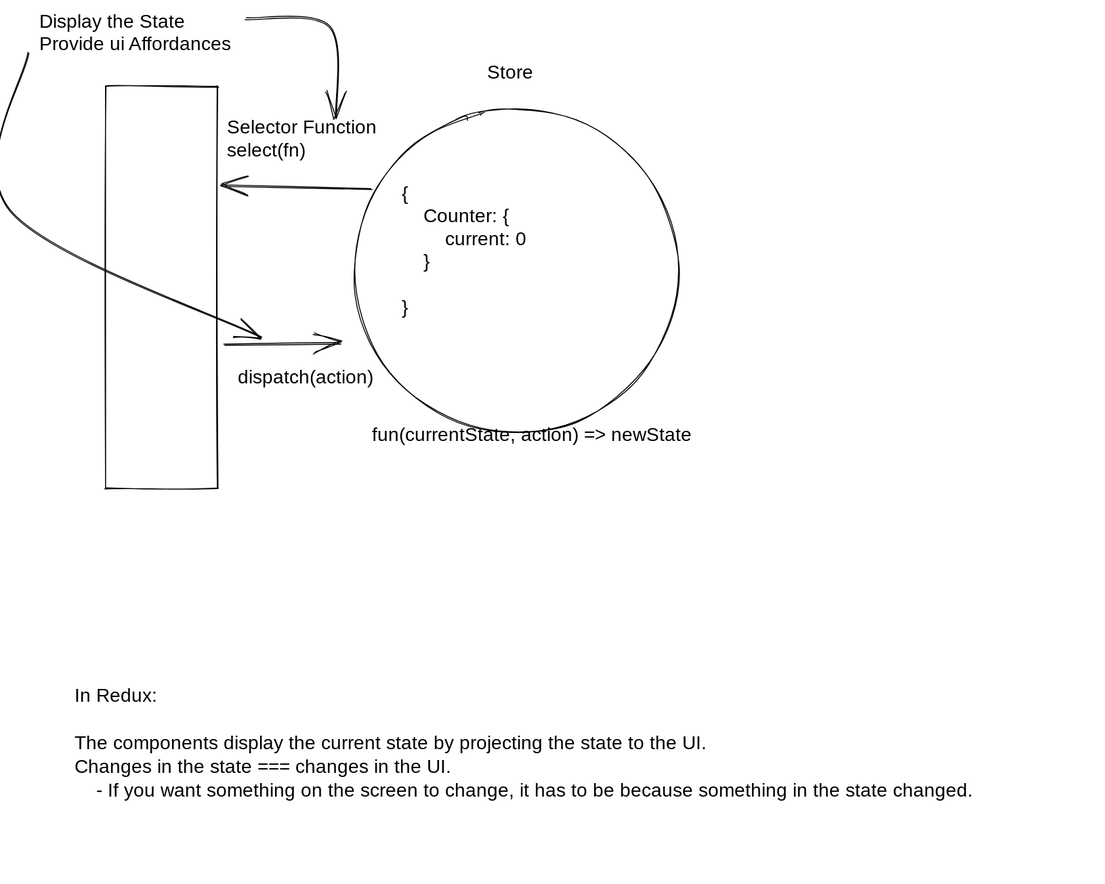
The Excalidraw diagram CLASS_NOTES/redux.excalidraw.svg in hypertheory-angular/asm-sept-2022, before a commit. Source tidied: one line per element, renumbered; positions are measured from the earlier drawing's top-left corner, leaving out a move shared by most shapes.
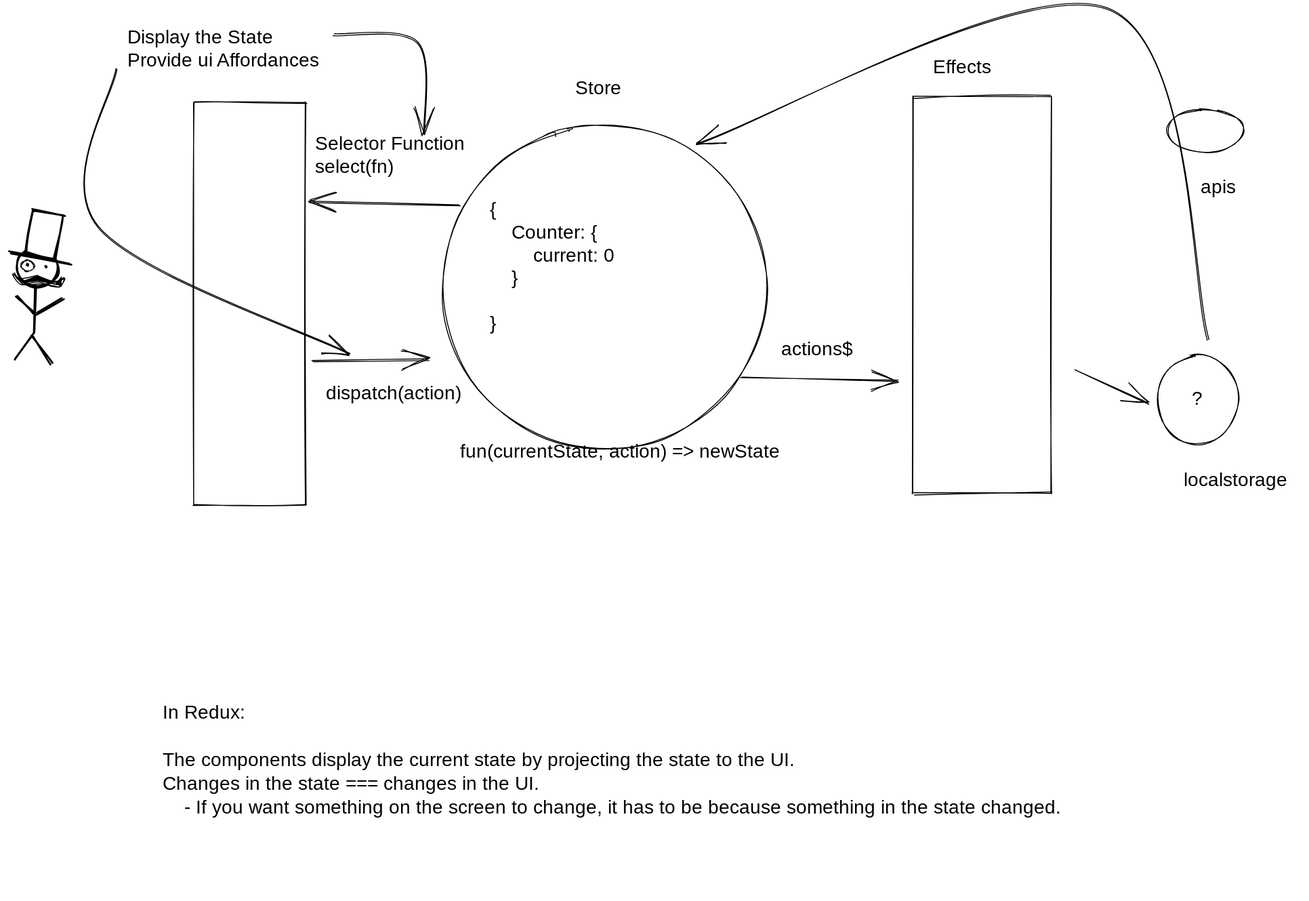
Above is the later version.

Change to the diagram source:
```diff
@@ -11,3 +11,26 @@
 {"id": 10, "type": "text", "text": "dispatch(action)", "strokeColor": "#000000", "strokeWidth": 1, "roughness": 1, "fontSize": 20, "fontFamily": 3, "x": 240, "y": 375, "width": 189, "height": 24}
 {"id": 11, "type": "text", "text": "fun(currentState, action) => newState", "strokeColor": "#000000", "strokeWidth": 1, "roughness": 1, "fontSize": 20, "fontFamily": 3, "x": 382, "y": 436, "width": 435, "height": 24}
 {"id": 12, "type": "text", "text": "In Redux:\n\nThe components display the current state by projecting the state to the UI.\nChanges in the state === changes in the UI.\n    - If you want something on the screen to change, it has to be because something in the state changed.\n\n\n", "strokeColor": "#000000", "strokeWidth": 1, "roughness": 1, "fontSize": 20, "fontFamily": 1, "x": 68, "y": 712, "width": 1077, "height": 200}
+{"id": 13, "type": "rectangle", "strokeColor": "#000000", "strokeWidth": 1, "roughness": 1, "x": 859, "y": 75, "width": 146, "height": 418}
+{"id": 14, "type": "arrow", "strokeColor": "#000000", "angle": 0.05, "strokeWidth": 1, "roughness": 1, "endArrowhead": "arrow", "from": 0, "to": 13, "x": 679, "y": 374, "width": 164, "height": 4, "points": [[0, 0], [164, -4]]}
+{"id": 15, "type": "text", "text": "actions$", "strokeColor": "#000000", "strokeWidth": 1, "roughness": 1, "fontSize": 20, "fontFamily": 1, "x": 721, "y": 329, "width": 87, "height": 25}
+{"id": 16, "type": "text", "text": "Effects", "strokeColor": "#000000", "strokeWidth": 1, "roughness": 1, "fontSize": 20, "fontFamily": 1, "x": 881, "y": 32, "width": 77, "height": 25}
+{"id": 17, "type": "ellipse", "strokeColor": "#000000", "strokeWidth": 1, "roughness": 1, "x": 1117, "y": 347, "width": 85, "height": 94}
+{"id": 18, "type": "text", "text": "?", "strokeColor": "#000000", "strokeWidth": 1, "roughness": 1, "fontSize": 20, "fontFamily": 1, "textAlign": "center", "verticalAlign": "middle", "inside": 17, "x": 1122, "y": 382, "width": 75, "height": 25}
+{"id": 19, "type": "arrow", "strokeColor": "#000000", "strokeWidth": 1, "roughness": 1, "endArrowhead": "arrow", "from": 13, "to": 17, "x": 1030, "y": 362, "width": 78, "height": 36, "points": [[0, 0], [78, 36]]}
+{"id": 20, "type": "ellipse", "strokeColor": "#000000", "strokeWidth": 2, "roughness": 1, "x": -86, "y": 235, "width": 44, "height": 41}
+{"id": 21, "type": "line", "strokeColor": "#000000", "backgroundColor": "#ced4da", "fillStyle": "solid", "strokeWidth": 2, "roughness": 1, "x": -65, "y": 275, "width": 2, "height": 49, "points": [[0, 0], [-2, 49]]}
+{"id": 22, "type": "line", "strokeColor": "#000000", "backgroundColor": "#ced4da", "fillStyle": "solid", "strokeWidth": 2, "roughness": 1, "x": -68, "y": 326, "width": 20, "height": 30, "points": [[0, 0], [20, 30]]}
+{"id": 23, "type": "line", "strokeColor": "#000000", "backgroundColor": "#ced4da", "fillStyle": "solid", "strokeWidth": 2, "roughness": 1, "x": -69, "y": 325, "width": 19, "height": 26, "points": [[0, 0], [-19, 26]]}
+{"id": 24, "type": "line", "strokeColor": "#000000", "backgroundColor": "#ced4da", "fillStyle": "solid", "strokeWidth": 2, "roughness": 1, "x": -85, "y": 285, "width": 19, "height": 18, "points": [[0, 0], [19, 18]]}
+{"id": 25, "type": "line", "strokeColor": "#000000", "backgroundColor": "#ced4da", "fillStyle": "solid", "strokeWidth": 2, "roughness": 1, "x": -64, "y": 303, "width": 27, "height": 15, "points": [[0, 0], [27, -15]]}
+{"id": 26, "type": "line", "strokeColor": "#000000", "strokeWidth": 2, "roughness": 1, "x": -93, "y": 239, "width": 63, "height": 13, "points": [[0, 0], [63, 13]]}
+{"id": 27, "type": "rectangle", "strokeColor": "#000000", "angle": 0.19, "backgroundColor": "#fff", "fillStyle": "solid", "strokeWidth": 2, "roughness": 1, "x": -73, "y": 197, "width": 33, "height": 46}
+{"id": 28, "type": "line", "strokeColor": "#000000", "backgroundColor": "#000", "fillStyle": "solid", "strokeWidth": 1, "roughness": 1, "x": -63, "y": 264, "width": 53, "height": 12, "points": [[0, 0], [16, 6], [22, 5], [27, 2], [24, 10], [16, 11], [0, 7], [-16, 9], [-26, -2], [-16, 4], [0, 0]]}
+{"id": 29, "type": "ellipse", "strokeColor": "#000000", "strokeWidth": 1, "roughness": 1, "x": -81, "y": 247, "width": 14, "height": 12}
+{"id": 30, "type": "ellipse", "strokeColor": "#000000", "strokeWidth": 1, "roughness": 1, "x": -74, "y": 252, "width": 1, "height": 1}
+{"id": 31, "type": "ellipse", "strokeColor": "#000000", "strokeWidth": 1, "roughness": 1, "x": -54, "y": 253, "width": 1, "height": 1}
+{"id": 32, "type": "text", "text": "localstorage", "strokeColor": "#000000", "strokeWidth": 1, "roughness": 1, "fontSize": 20, "fontFamily": 1, "x": 1145, "y": 468, "width": 122, "height": 25}
+{"id": 33, "type": "ellipse", "strokeColor": "#000000", "strokeWidth": 1, "roughness": 1, "x": 1128, "y": 88, "width": 80, "height": 45}
+{"id": 34, "type": "text", "text": "apis", "strokeColor": "#000000", "strokeWidth": 1, "roughness": 1, "fontSize": 20, "fontFamily": 1, "x": 1163, "y": 158, "width": 39, "height": 25}
+{"id": 35, "type": "arrow", "strokeColor": "#000000", "strokeWidth": 1, "roughness": 1, "endArrowhead": "arrow", "from": 17, "to": 0, "x": 1171, "y": 331, "width": 539, "height": 348, "points": [[0, 0], [-105, -348], [-539, -207]]}
```
